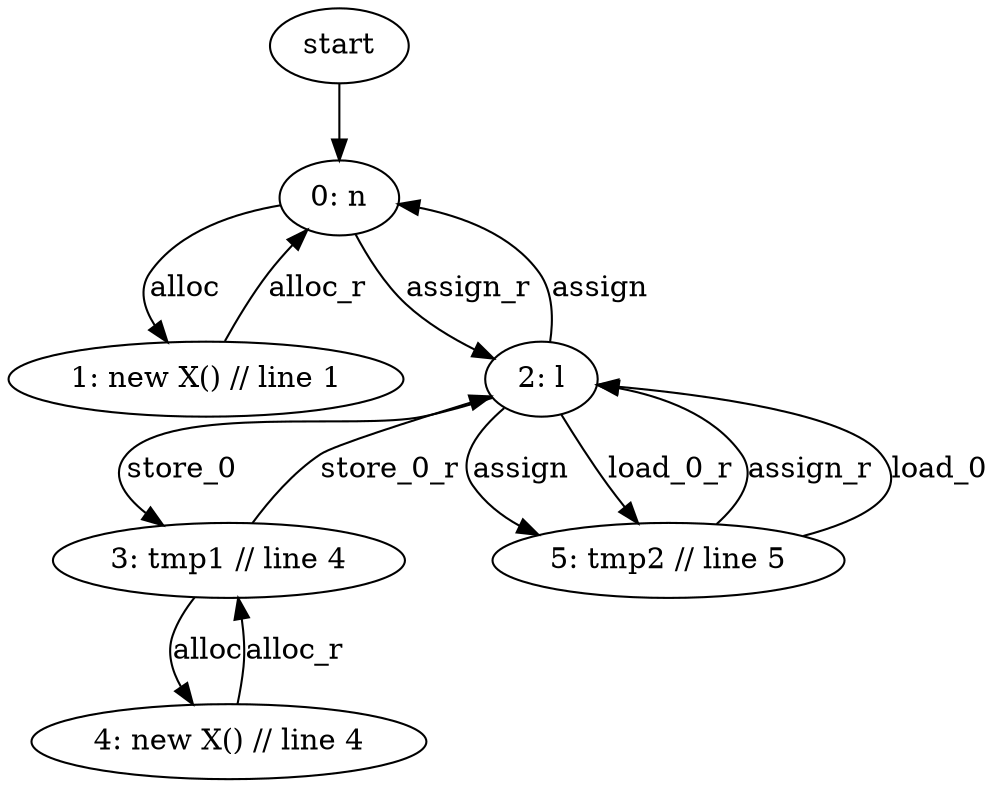
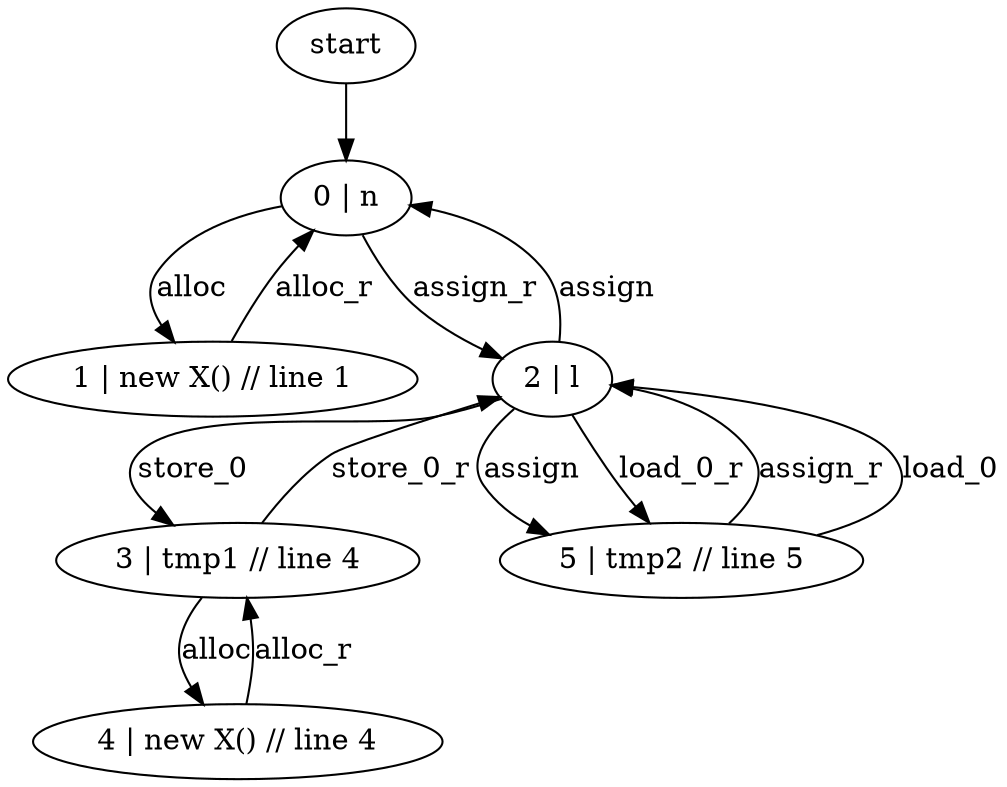
digraph {
    start -> 0;
    0 -> 1 [label = "alloc"];
    1 -> 0 [label = "alloc_r"];
    2 -> 0 [label = "assign"];
    0 -> 2 [label = "assign_r"];
    2 -> 3 [label = "store_0"];
    3 -> 2 [label = "store_0_r"];
    3 -> 4 [label = "alloc"];
    4 -> 3 [label = "alloc_r"];
    2 -> 5 [label = "assign"];
    5 -> 2 [label = "assign_r"];
    5 -> 2 [label = "load_0"];
    2 -> 5 [label = "load_0_r"];

-     0[label = "0: n"]
-     1[label = "1: new X() // line 1"]
-     2[label = "2: l"]
-     3[label = "3: tmp1 // line 4"]
-     4[label = "4: new X() // line 4"]
-     5[label = "5: tmp2 // line 5"]
+     0[label = "0 | n"]
+     1[label = "1 | new X() // line 1"]
+     2[label = "2 | l"]
+     3[label = "3 | tmp1 // line 4"]
+     4[label = "4 | new X() // line 4"]
+     5[label = "5 | tmp2 // line 5"]

}
